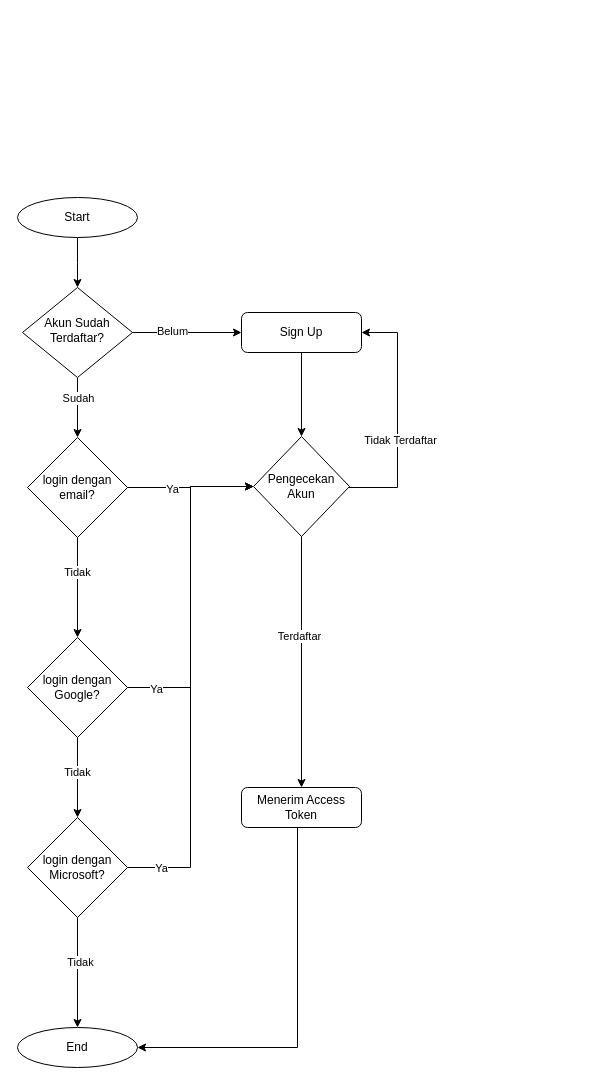
Above: Star Microservice - Single Sign On.drawio in CodebarPhantom/aws-diagram (draw.io), before the change. Source tidied: cells renumbered, new cells numbered last; positions are measured from the earlier drawing's top-left corner, leaving out a move shared by most shapes. Both pictures are drawn from the tidied source at 100%, with x=0, y=0 at pixel (17, 197).
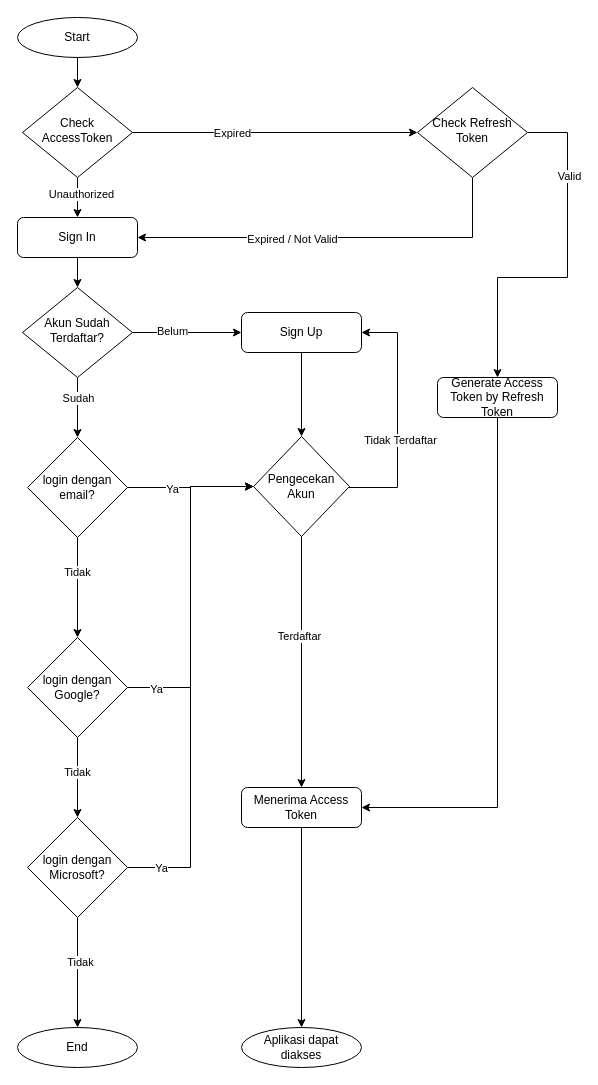
After the change.

The change refers to these unchanged cells:
```xml
<mxCell id="10" value="Akun Sudah Terdaftar?" style="rhombus;whiteSpace=wrap;html=1;shadow=0;fontFamily=Helvetica;fontSize=12;align=center;strokeWidth=1;spacing=6;spacingTop=-4;" parent="1" vertex="1">
  <mxGeometry x="5" y="90" width="110" height="90" as="geometry" />
</mxCell>
<mxCell id="24" value="End" style="ellipse;whiteSpace=wrap;html=1;" parent="1" vertex="1">
  <mxGeometry y="830" width="120" height="40" as="geometry" />
</mxCell>
```

Change to the diagram source:
```diff
@@
-    <mxCell id="4" style="edgeStyle=orthogonalEdgeStyle;rounded=0;jettySize=auto;html=1;" parent="1" edge="1" source="5">
-      <mxGeometry relative="1" as="geometry">
-        <mxPoint x="60" y="90" as="targetPoint" />
-      </mxGeometry>
-    </mxCell>
+    <mxCell id="34" style="edgeStyle=orthogonalEdgeStyle;rounded=0;jettySize=auto;html=1;" parent="1" edge="1" source="5" target="40">
+      <mxGeometry relative="1" as="geometry" />
+    </mxCell>
     <mxCell id="5" value="Start" style="ellipse;whiteSpace=wrap;html=1;" parent="1" vertex="1">
-      <mxGeometry width="120" height="40" as="geometry" />
+      <mxGeometry y="-180" width="120" height="40" as="geometry" />
     </mxCell>
@@
-    <mxCell id="25" style="edgeStyle=orthogonalEdgeStyle;rounded=0;jettySize=auto;html=1;entryX=1;entryY=0.5;entryDx=0;entryDy=0;" parent="1" edge="1" source="26" target="24">
-      <mxGeometry relative="1" as="geometry">
-        <Array as="points">
-          <mxPoint x="280" y="850" />
-        </Array>
-      </mxGeometry>
-    </mxCell>
+    <mxCell id="35" style="edgeStyle=orthogonalEdgeStyle;rounded=0;jettySize=auto;html=1;" parent="1" edge="1" source="26" target="50">
+      <mxGeometry relative="1" as="geometry" />
+    </mxCell>
-    <mxCell id="26" value="Menerim Access Token" style="rounded=1;whiteSpace=wrap;html=1;fontSize=12;glass=0;strokeWidth=1;shadow=0;" parent="1" vertex="1">
+    <mxCell id="26" value="Menerima Access Token" style="rounded=1;whiteSpace=wrap;html=1;fontSize=12;glass=0;strokeWidth=1;shadow=0;" parent="1" vertex="1">
       <mxGeometry x="224" y="590" width="120" height="40" as="geometry" />
     </mxCell>
@@
+    <mxCell id="36" style="edgeStyle=orthogonalEdgeStyle;rounded=0;jettySize=auto;html=1;" parent="1" edge="1" source="40" target="42">
+      <mxGeometry relative="1" as="geometry" />
+    </mxCell>
+    <mxCell id="37" value="Unauthorized" style="edgeLabel;html=1;align=center;verticalAlign=middle;" parent="36" vertex="1">
+      <mxGeometry x="-0.2" y="3" relative="1" as="geometry" />
+    </mxCell>
+    <mxCell id="38" style="edgeStyle=orthogonalEdgeStyle;rounded=0;jettySize=auto;html=1;exitX=1;exitY=0.5;exitDx=0;exitDy=0;entryX=0;entryY=0.5;entryDx=0;entryDy=0;" parent="1" edge="1" source="40" target="47">
+      <mxGeometry relative="1" as="geometry" />
+    </mxCell>
+    <mxCell id="39" value="Expired" style="edgeLabel;html=1;align=center;verticalAlign=middle;" parent="38" vertex="1">
+      <mxGeometry x="-0.39" y="-3" relative="1" as="geometry">
+        <mxPoint x="12" y="-3" as="offset" />
+      </mxGeometry>
+    </mxCell>
+    <mxCell id="40" value="Check AccessToken" style="rhombus;whiteSpace=wrap;html=1;shadow=0;fontFamily=Helvetica;fontSize=12;align=center;strokeWidth=1;spacing=6;spacingTop=-4;" parent="1" vertex="1">
+      <mxGeometry x="5" y="-110" width="110" height="90" as="geometry" />
+    </mxCell>
+    <mxCell id="41" style="edgeStyle=orthogonalEdgeStyle;rounded=0;jettySize=auto;html=1;" parent="1" edge="1" source="42" target="10">
+      <mxGeometry relative="1" as="geometry" />
+    </mxCell>
+    <mxCell id="42" value="Sign In" style="rounded=1;whiteSpace=wrap;html=1;fontSize=12;glass=0;strokeWidth=1;shadow=0;" parent="1" vertex="1">
+      <mxGeometry y="20" width="120" height="40" as="geometry" />
+    </mxCell>
+    <mxCell id="43" style="edgeStyle=orthogonalEdgeStyle;rounded=0;jettySize=auto;html=1;entryX=1;entryY=0.5;entryDx=0;entryDy=0;" parent="1" edge="1" source="47" target="42">
+      <mxGeometry relative="1" as="geometry">
+        <Array as="points">
+          <mxPoint x="455" y="40" />
+        </Array>
+      </mxGeometry>
+    </mxCell>
+    <mxCell id="44" value="Expired / Not Valid" style="edgeLabel;html=1;align=center;verticalAlign=middle;" parent="43" vertex="1">
+      <mxGeometry x="0.22" y="1" relative="1" as="geometry" />
+    </mxCell>
+    <mxCell id="45" style="edgeStyle=orthogonalEdgeStyle;rounded=0;jettySize=auto;html=1;" parent="1" edge="1" source="47" target="49">
+      <mxGeometry relative="1" as="geometry">
+        <Array as="points">
+          <mxPoint x="550" y="-65" />
+          <mxPoint x="550" y="80" />
+          <mxPoint x="480" y="80" />
+        </Array>
+      </mxGeometry>
+    </mxCell>
+    <mxCell id="46" value="Valid" style="edgeLabel;html=1;align=center;verticalAlign=middle;" parent="45" vertex="1">
+      <mxGeometry x="-0.53" y="1" relative="1" as="geometry" />
+    </mxCell>
+    <mxCell id="47" value="Check Refresh Token" style="rhombus;whiteSpace=wrap;html=1;shadow=0;fontFamily=Helvetica;fontSize=12;align=center;strokeWidth=1;spacing=6;spacingTop=-4;" parent="1" vertex="1">
+      <mxGeometry x="400" y="-110" width="110" height="90" as="geometry" />
+    </mxCell>
+    <mxCell id="48" style="edgeStyle=orthogonalEdgeStyle;rounded=0;jettySize=auto;html=1;entryX=1;entryY=0.5;entryDx=0;entryDy=0;" parent="1" edge="1" source="49" target="26">
+      <mxGeometry relative="1" as="geometry">
+        <Array as="points">
+          <mxPoint x="480" y="610" />
+        </Array>
+      </mxGeometry>
+    </mxCell>
+    <mxCell id="49" value="Generate Access Token by Refresh Token" style="rounded=1;whiteSpace=wrap;html=1;fontSize=12;glass=0;strokeWidth=1;shadow=0;" parent="1" vertex="1">
+      <mxGeometry x="420" y="180" width="120" height="40" as="geometry" />
+    </mxCell>
+    <mxCell id="50" value="Aplikasi dapat diakses" style="ellipse;whiteSpace=wrap;html=1;" parent="1" vertex="1">
+      <mxGeometry x="224" y="830" width="120" height="40" as="geometry" />
+    </mxCell>
```
